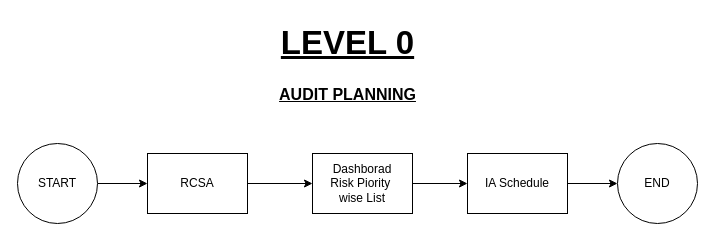
Earlier version of the draw.io diagram page "Audit Planning" (1 of 9) of Internal Audit-dfd.drawio (AvikM1996/draw.io). Source tidied: cells renumbered, new cells numbered last; positions are measured from the earlier drawing's top-left corner, leaving out a move shared by most shapes. Both pictures are drawn from the tidied source at 100%, with x=0, y=0 at pixel (17, 17).
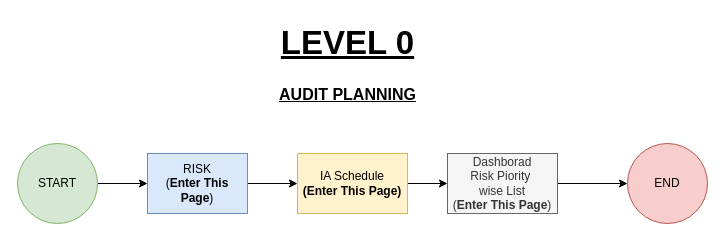
The same diagram, later.

Diff of the diagram source:
```diff
@@
 <mxGraphModel>
   <root>
     <mxCell id="0" />
     <mxCell id="1" parent="0" />
-    <mxCell id="2" style="edgeStyle=orthogonalEdgeStyle;rounded=0;jettySize=auto;html=1;exitX=1;exitY=0.5;exitDx=0;exitDy=0;entryX=0;entryY=0.5;entryDx=0;entryDy=0;" parent="1" edge="1" source="3" target="5">
-      <mxGeometry relative="1" as="geometry" />
-    </mxCell>
+    <mxCell id="13" style="edgeStyle=orthogonalEdgeStyle;rounded=0;jettySize=auto;html=1;exitX=1;exitY=0.5;exitDx=0;exitDy=0;entryX=0;entryY=0.5;entryDx=0;entryDy=0;" parent="1" edge="1" source="3" target="16">
+      <mxGeometry relative="1" as="geometry" />
+    </mxCell>
-    <mxCell id="3" value="RCSA" style="rounded=0;whiteSpace=wrap;html=1;" parent="1" vertex="1">
+    <mxCell id="3" value="RISK&lt;br&gt;(&lt;b&gt;Enter This Page&lt;/b&gt;)" style="rounded=0;whiteSpace=wrap;html=1;fillColor=#dae8fc;strokeColor=#6c8ebf;" parent="1" vertex="1">
       <mxGeometry x="130" y="136" width="100" height="60" as="geometry" />
     </mxCell>
-    <mxCell id="4" style="edgeStyle=orthogonalEdgeStyle;rounded=0;jettySize=auto;html=1;exitX=1;exitY=0.5;exitDx=0;exitDy=0;entryX=0;entryY=0.5;entryDx=0;entryDy=0;" parent="1" edge="1" source="5" target="7">
-      <mxGeometry relative="1" as="geometry" />
-    </mxCell>
+    <mxCell id="14" style="edgeStyle=orthogonalEdgeStyle;rounded=0;jettySize=auto;html=1;exitX=1;exitY=0.5;exitDx=0;exitDy=0;entryX=0;entryY=0.5;entryDx=0;entryDy=0;" parent="1" edge="1" source="5" target="11">
+      <mxGeometry relative="1" as="geometry" />
+    </mxCell>
-    <mxCell id="5" value="Dashborad&lt;br&gt;Risk Piority&amp;nbsp;&lt;br&gt;wise List" style="rounded=0;whiteSpace=wrap;html=1;" parent="1" vertex="1">
-      <mxGeometry x="295" y="136" width="100" height="60" as="geometry" />
+    <mxCell id="5" value="Dashborad&lt;br&gt;Risk Piority&amp;nbsp;&lt;br&gt;wise List&lt;br&gt;(&lt;b&gt;Enter This Page&lt;/b&gt;)" style="rounded=0;whiteSpace=wrap;html=1;fillColor=#f5f5f5;strokeColor=#666666;fontColor=#333333;" parent="1" vertex="1">
+      <mxGeometry x="430" y="136" width="110" height="60" as="geometry" />
     </mxCell>
-    <mxCell id="6" style="edgeStyle=orthogonalEdgeStyle;rounded=0;jettySize=auto;html=1;exitX=1;exitY=0.5;exitDx=0;exitDy=0;entryX=0;entryY=0.5;entryDx=0;entryDy=0;" parent="1" edge="1" source="7" target="11">
-      <mxGeometry relative="1" as="geometry" />
-    </mxCell>
-    <mxCell id="7" value="IA Schedule" style="rounded=0;whiteSpace=wrap;html=1;" parent="1" vertex="1">
-      <mxGeometry x="450" y="136" width="100" height="60" as="geometry" />
-    </mxCell>
     <mxCell id="8" value="&lt;b&gt;&lt;font style=&quot;font-size: 33px;&quot;&gt;&lt;u&gt;LEVEL 0&lt;/u&gt;&lt;/font&gt;&lt;/b&gt;" style="text;html=1;align=center;verticalAlign=middle;strokeColor=none;fillColor=none;" parent="1" vertex="1">
       <mxGeometry x="250" width="160" height="50" as="geometry" />
     </mxCell>
     <mxCell id="9" style="edgeStyle=orthogonalEdgeStyle;rounded=0;jettySize=auto;html=1;exitX=1;exitY=0.5;exitDx=0;exitDy=0;" parent="1" edge="1" source="10" target="3">
       <mxGeometry relative="1" as="geometry" />
     </mxCell>
-    <mxCell id="10" value="START" style="ellipse;whiteSpace=wrap;html=1;" parent="1" vertex="1">
+    <mxCell id="10" value="START" style="ellipse;whiteSpace=wrap;html=1;fillColor=#d5e8d4;strokeColor=#82b366;" parent="1" vertex="1">
       <mxGeometry y="126" width="80" height="80" as="geometry" />
     </mxCell>
-    <mxCell id="11" value="END" style="ellipse;whiteSpace=wrap;html=1;" parent="1" vertex="1">
-      <mxGeometry x="600" y="126" width="80" height="80" as="geometry" />
+    <mxCell id="11" value="END" style="ellipse;whiteSpace=wrap;html=1;fillColor=#f8cecc;strokeColor=#b85450;" parent="1" vertex="1">
+      <mxGeometry x="610" y="126" width="80" height="80" as="geometry" />
     </mxCell>
     <mxCell id="12" value="&lt;b&gt;&lt;font style=&quot;font-size: 16px;&quot;&gt;&lt;u&gt;AUDIT PLANNING&lt;/u&gt;&lt;/font&gt;&lt;/b&gt;" style="text;html=1;align=center;verticalAlign=middle;strokeColor=none;fillColor=none;" parent="1" vertex="1">
       <mxGeometry x="250" y="62" width="160" height="30" as="geometry" />
     </mxCell>
+    <mxCell id="15" style="edgeStyle=orthogonalEdgeStyle;rounded=0;jettySize=auto;html=1;exitX=1;exitY=0.5;exitDx=0;exitDy=0;entryX=0;entryY=0.5;entryDx=0;entryDy=0;" parent="1" edge="1" source="16" target="5">
+      <mxGeometry relative="1" as="geometry" />
+    </mxCell>
+    <mxCell id="16" value="IA Schedule&lt;br&gt;&lt;b&gt;(Enter This Page)&lt;/b&gt;" style="rounded=0;whiteSpace=wrap;html=1;fillColor=#fff2cc;strokeColor=#d6b656;" parent="1" vertex="1">
+      <mxGeometry x="280" y="136" width="110" height="60" as="geometry" />
+    </mxCell>
   </root>
 </mxGraphModel>
```
